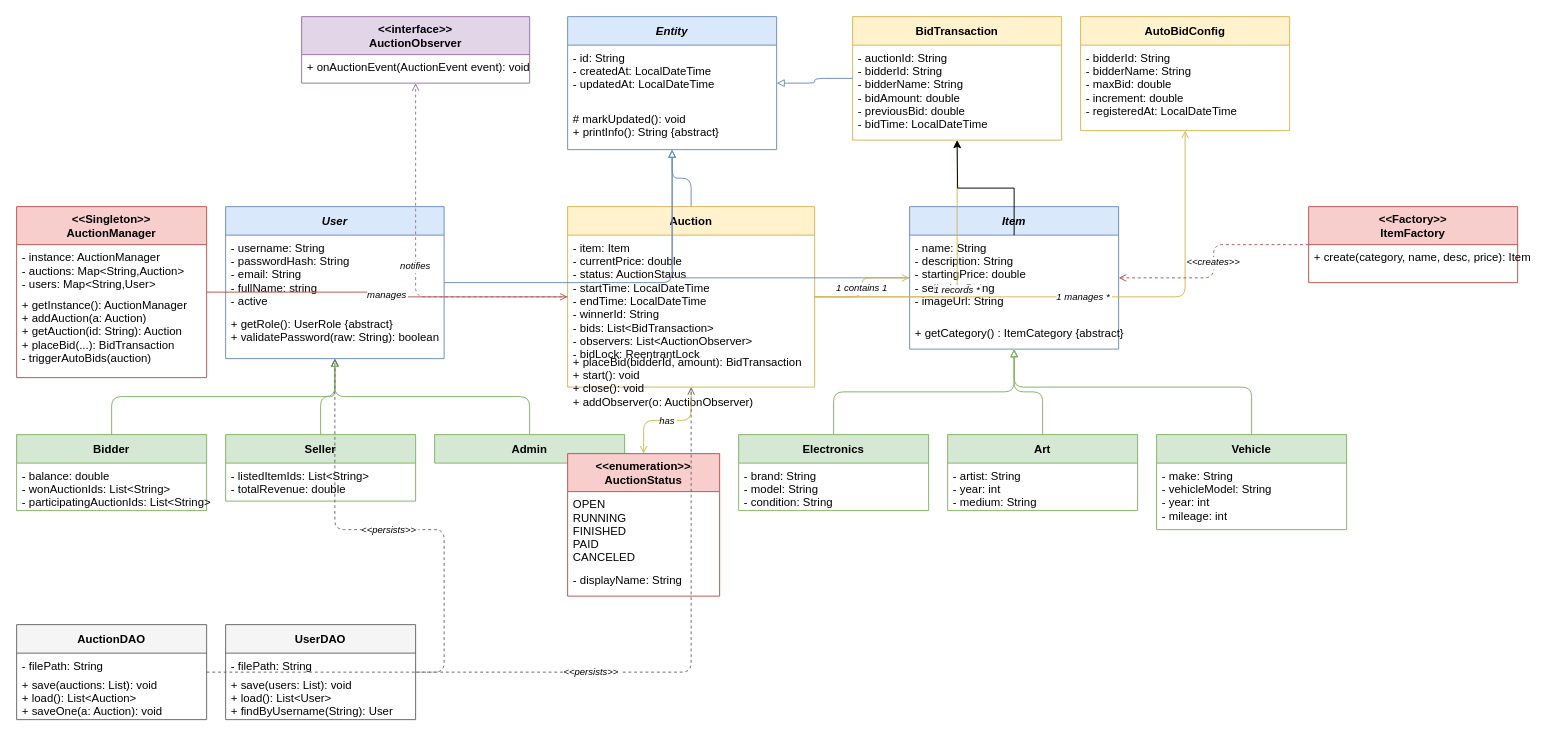
Above: AuctionSystem.drawio in Minhtran07/BTL-2026 (draw.io), before the change. Source tidied: cells renumbered, new cells numbered last; positions are measured from the earlier drawing's top-left corner, leaving out a move shared by most shapes. Both pictures are drawn from the tidied source at 95%, with x=0, y=0 at pixel (16, 16).
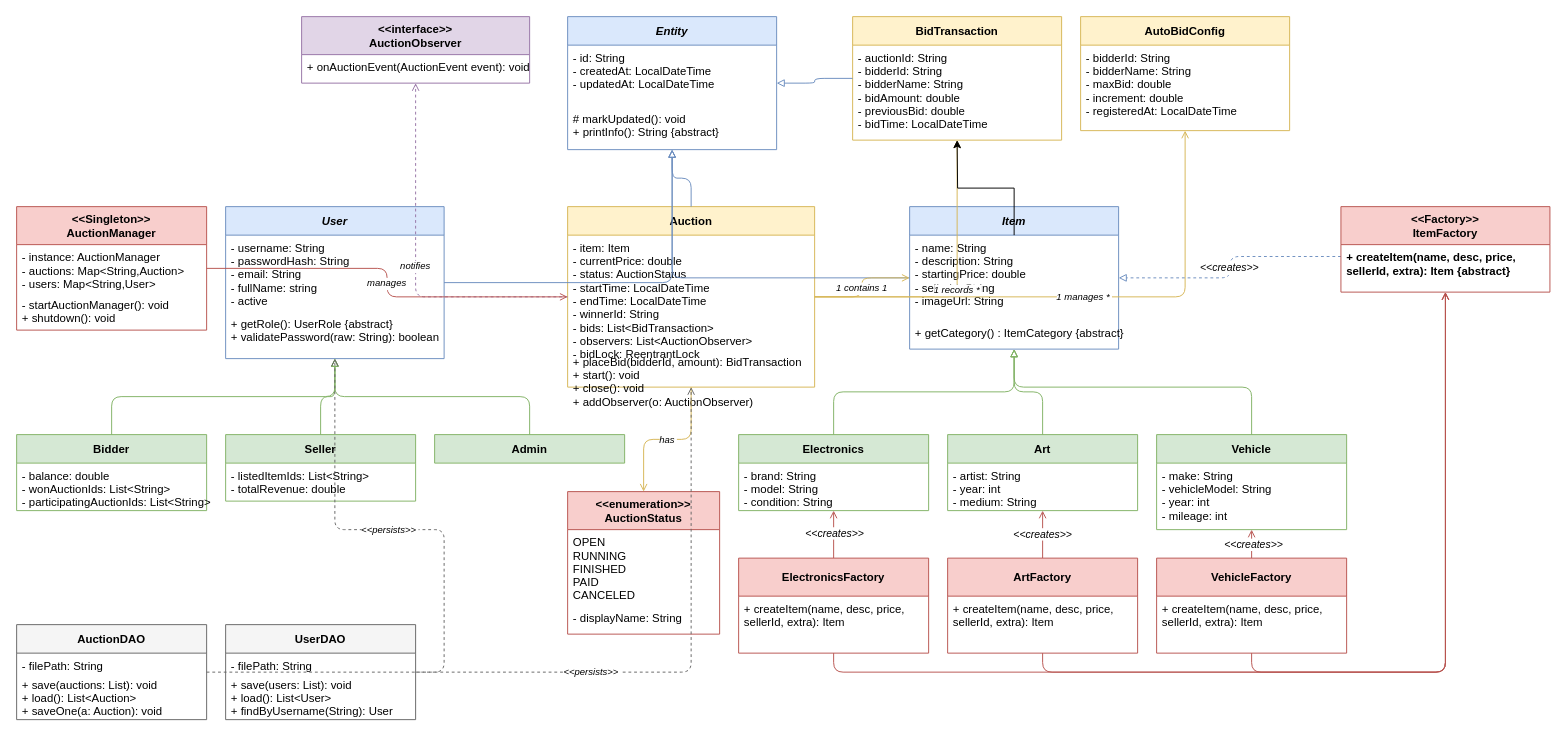
The same page after the edit.

Unchanged cells that the change refers to:
```xml
<mxCell id="13" value="Item" style="swimlane;startSize=30;fontStyle=3;align=center;fillColor=#dae8fc;strokeColor=#6c8ebf;" parent="1" vertex="1">
  <mxGeometry x="940" y="200" width="220" height="150" as="geometry" />
</mxCell>
<mxCell id="16" value="Electronics" style="swimlane;startSize=30;fontStyle=1;align=center;fillColor=#d5e8d4;strokeColor=#82b366;" parent="1" vertex="1">
  <mxGeometry x="760" y="440" width="200" height="80" as="geometry" />
</mxCell>
<mxCell id="18" value="Art" style="swimlane;startSize=30;fontStyle=1;align=center;fillColor=#d5e8d4;strokeColor=#82b366;" parent="1" vertex="1">
  <mxGeometry x="980" y="440" width="200" height="80" as="geometry" />
</mxCell>
<mxCell id="20" value="Vehicle" style="swimlane;startSize=30;fontStyle=1;align=center;fillColor=#d5e8d4;strokeColor=#82b366;" parent="1" vertex="1">
  <mxGeometry x="1200" y="440" width="200" height="100" as="geometry" />
</mxCell>
```

The edit, as a diff of the source:
```diff
@@
     <mxCell id="25" value="&lt;&lt;enumeration&gt;&gt;&#10;AuctionStatus" style="swimlane;startSize=40;fontStyle=1;align=center;fillColor=#f8cecc;strokeColor=#b85450;" parent="1" vertex="1">
-      <mxGeometry x="580" y="460" width="160" height="150" as="geometry" />
+      <mxGeometry x="580" y="500" width="160" height="150" as="geometry" />
     </mxCell>
@@
     <mxCell id="34" value="&lt;&lt;Singleton&gt;&gt;&#10;AuctionManager" style="swimlane;startSize=40;fontStyle=1;align=center;fillColor=#f8cecc;strokeColor=#b85450;" parent="1" vertex="1">
-      <mxGeometry y="200" width="200" height="180" as="geometry" />
+      <mxGeometry y="200" width="200" height="130" as="geometry" />
     </mxCell>
@@
-    <mxCell id="36" value="+ getInstance(): AuctionManager&#10;+ addAuction(a: Auction)&#10;+ getAuction(id: String): Auction&#10;+ placeBid(...): BidTransaction&#10;- triggerAutoBids(auction)" style="text;align=left;verticalAlign=top;spacingLeft=4;" parent="34" vertex="1">
-      <mxGeometry y="90" width="200" height="90" as="geometry" />
+    <mxCell id="36" value="- startAuctionManager(): void&#10;+ shutdown(): void" style="text;align=left;verticalAlign=top;spacingLeft=4;" parent="34" vertex="1">
+      <mxGeometry y="90" width="200" height="40" as="geometry" />
     </mxCell>
-    <mxCell id="37" value="&lt;&lt;Factory&gt;&gt;&#10;ItemFactory" style="swimlane;startSize=40;fontStyle=1;align=center;fillColor=#f8cecc;strokeColor=#b85450;" parent="1" vertex="1">
-      <mxGeometry x="1360" y="200" width="220" height="80" as="geometry" />
-    </mxCell>
-    <mxCell id="38" value="+ create(category, name, desc, price): Item" style="text;align=left;verticalAlign=top;spacingLeft=4;" parent="37" vertex="1">
-      <mxGeometry y="40" width="220" height="40" as="geometry" />
-    </mxCell>
@@
-    <mxCell id="61" value="&lt;&lt;creates&gt;&gt;" style="edgeStyle=orthogonalEdgeStyle;endArrow=open;dashed=1;strokeColor=#b85450;fontStyle=2;fontSize=10;" parent="1" edge="1" source="37" target="13">
+    <mxCell id="61" value="&lt;&lt;creates&gt;&gt;" style="edgeStyle=orthogonalEdgeStyle;endArrow=block;dashed=1;strokeColor=#6c8ebf;fontStyle=2;fontSize=11;exitX=0;exitY=0.25;exitDx=0;exitDy=0;rounded=1;align=center;verticalAlign=middle;fontFamily=Helvetica;fontColor=default;labelBackgroundColor=default;endFill=0;" parent="1" edge="1" source="65" target="13">
       <mxGeometry relative="1" as="geometry" />
     </mxCell>
@@
+    <mxCell id="37" value="&lt;&lt;Factory&gt;&gt;&#10;ItemFactory" style="swimlane;startSize=40;fontStyle=1;align=center;fillColor=#f8cecc;strokeColor=#b85450;verticalAlign=middle;fontFamily=Helvetica;fontSize=12;fontColor=default;" parent="1" vertex="1">
+      <mxGeometry x="1394" y="200" width="220" height="90" as="geometry" />
+    </mxCell>
+    <mxCell id="65" value="+ createItem(name, desc, price, &#10;sellerId, extra): Item {abstract}" style="text;align=left;verticalAlign=top;spacingLeft=4;fontFamily=Helvetica;fontSize=12;fontColor=default;fontStyle=1;" parent="37" vertex="1">
+      <mxGeometry y="40" width="220" height="50" as="geometry" />
+    </mxCell>
+    <mxCell id="66" style="edgeStyle=orthogonalEdgeStyle;rounded=1;jettySize=auto;html=1;strokeColor=#b85450;align=center;verticalAlign=middle;fontFamily=Helvetica;fontSize=10;fontColor=default;fontStyle=2;labelBackgroundColor=default;endArrow=open;" parent="1" edge="1" source="68" target="16">
+      <mxGeometry relative="1" as="geometry" />
+    </mxCell>
+    <mxCell id="67" value="&lt;span style=&quot;font-style: italic;&quot;&gt;&amp;lt;&amp;lt;creates&amp;gt;&amp;gt;&lt;/span&gt;" style="edgeLabel;html=1;align=center;verticalAlign=middle;" parent="66" vertex="1">
+      <mxGeometry x="0.09" relative="1" as="geometry" />
+    </mxCell>
+    <mxCell id="68" value="ElectronicsFactory" style="swimlane;startSize=40;fontStyle=1;align=center;fillColor=#f8cecc;strokeColor=#b85450;verticalAlign=middle;fontFamily=Helvetica;fontSize=12;fontColor=default;" parent="1" vertex="1">
+      <mxGeometry x="760" y="570" width="200" height="100" as="geometry" />
+    </mxCell>
+    <mxCell id="69" value="+ createItem(name, desc, price, &#10;sellerId, extra): Item" style="text;align=left;verticalAlign=top;spacingLeft=4;fontFamily=Helvetica;fontSize=12;fontColor=default;fontStyle=0;" parent="68" vertex="1">
+      <mxGeometry y="40" width="200" height="50" as="geometry" />
+    </mxCell>
+    <mxCell id="70" style="edgeStyle=orthogonalEdgeStyle;rounded=1;jettySize=auto;html=1;exitX=0.5;exitY=1;exitDx=0;exitDy=0;strokeColor=#b85450;align=center;verticalAlign=middle;fontFamily=Helvetica;fontSize=10;fontColor=default;fontStyle=2;labelBackgroundColor=default;endArrow=open;" parent="1" edge="1" source="73" target="37">
+      <mxGeometry relative="1" as="geometry" />
+    </mxCell>
+    <mxCell id="71" style="edgeStyle=orthogonalEdgeStyle;rounded=1;jettySize=auto;html=1;strokeColor=#b85450;align=center;verticalAlign=middle;fontFamily=Helvetica;fontSize=10;fontColor=default;fontStyle=2;labelBackgroundColor=default;endArrow=open;" parent="1" edge="1" source="73" target="20">
+      <mxGeometry relative="1" as="geometry" />
+    </mxCell>
+    <mxCell id="72" value="&lt;span style=&quot;font-style: italic;&quot;&gt;&amp;lt;&amp;lt;creates&amp;gt;&amp;gt;&lt;/span&gt;" style="edgeLabel;html=1;align=center;verticalAlign=middle;" parent="71" vertex="1">
+      <mxGeometry x="0.4" y="-1" relative="1" as="geometry" />
+    </mxCell>
+    <mxCell id="73" value="VehicleFactory" style="swimlane;startSize=40;fontStyle=1;align=center;fillColor=#f8cecc;strokeColor=#b85450;verticalAlign=middle;fontFamily=Helvetica;fontSize=12;fontColor=default;" parent="1" vertex="1">
+      <mxGeometry x="1200" y="570" width="200" height="100" as="geometry" />
+    </mxCell>
+    <mxCell id="74" value="+ createItem(name, desc, price, &#10;sellerId, extra): Item" style="text;align=left;verticalAlign=top;spacingLeft=4;fontFamily=Helvetica;fontSize=12;fontColor=default;fontStyle=0;" parent="73" vertex="1">
+      <mxGeometry y="40" width="200" height="50" as="geometry" />
+    </mxCell>
+    <mxCell id="75" style="edgeStyle=orthogonalEdgeStyle;rounded=1;jettySize=auto;html=1;exitX=0.5;exitY=1;exitDx=0;exitDy=0;strokeColor=#b85450;align=center;verticalAlign=middle;fontFamily=Helvetica;fontSize=10;fontColor=default;fontStyle=2;labelBackgroundColor=default;endArrow=open;" parent="1" edge="1" source="78" target="37">
+      <mxGeometry relative="1" as="geometry" />
+    </mxCell>
+    <mxCell id="76" style="edgeStyle=orthogonalEdgeStyle;rounded=1;jettySize=auto;html=1;strokeColor=#b85450;align=center;verticalAlign=middle;fontFamily=Helvetica;fontSize=10;fontColor=default;fontStyle=2;labelBackgroundColor=default;endArrow=open;" parent="1" edge="1" source="78" target="18">
+      <mxGeometry relative="1" as="geometry" />
+    </mxCell>
+    <mxCell id="77" value="&lt;span style=&quot;font-style: italic;&quot;&gt;&amp;lt;&amp;lt;creates&amp;gt;&amp;gt;&lt;/span&gt;" style="edgeLabel;html=1;align=center;verticalAlign=middle;" parent="76" vertex="1">
+      <mxGeometry x="0.02" y="1" relative="1" as="geometry" />
+    </mxCell>
+    <mxCell id="78" value="ArtFactory" style="swimlane;startSize=40;fontStyle=1;align=center;fillColor=#f8cecc;strokeColor=#b85450;verticalAlign=middle;fontFamily=Helvetica;fontSize=12;fontColor=default;" parent="1" vertex="1">
+      <mxGeometry x="980" y="570" width="200" height="100" as="geometry" />
+    </mxCell>
+    <mxCell id="79" value="+ createItem(name, desc, price, &#10;sellerId, extra): Item" style="text;align=left;verticalAlign=top;spacingLeft=4;fontFamily=Helvetica;fontSize=12;fontColor=default;fontStyle=0;" parent="78" vertex="1">
+      <mxGeometry y="40" width="200" height="50" as="geometry" />
+    </mxCell>
+    <mxCell id="80" style="edgeStyle=orthogonalEdgeStyle;rounded=1;jettySize=auto;html=1;exitX=0.5;exitY=1;exitDx=0;exitDy=0;strokeColor=#b85450;align=center;verticalAlign=middle;fontFamily=Helvetica;fontSize=10;fontColor=default;fontStyle=2;labelBackgroundColor=default;endArrow=open;endFill=0;" parent="1" edge="1" source="68" target="37">
+      <mxGeometry relative="1" as="geometry" />
+    </mxCell>
```
